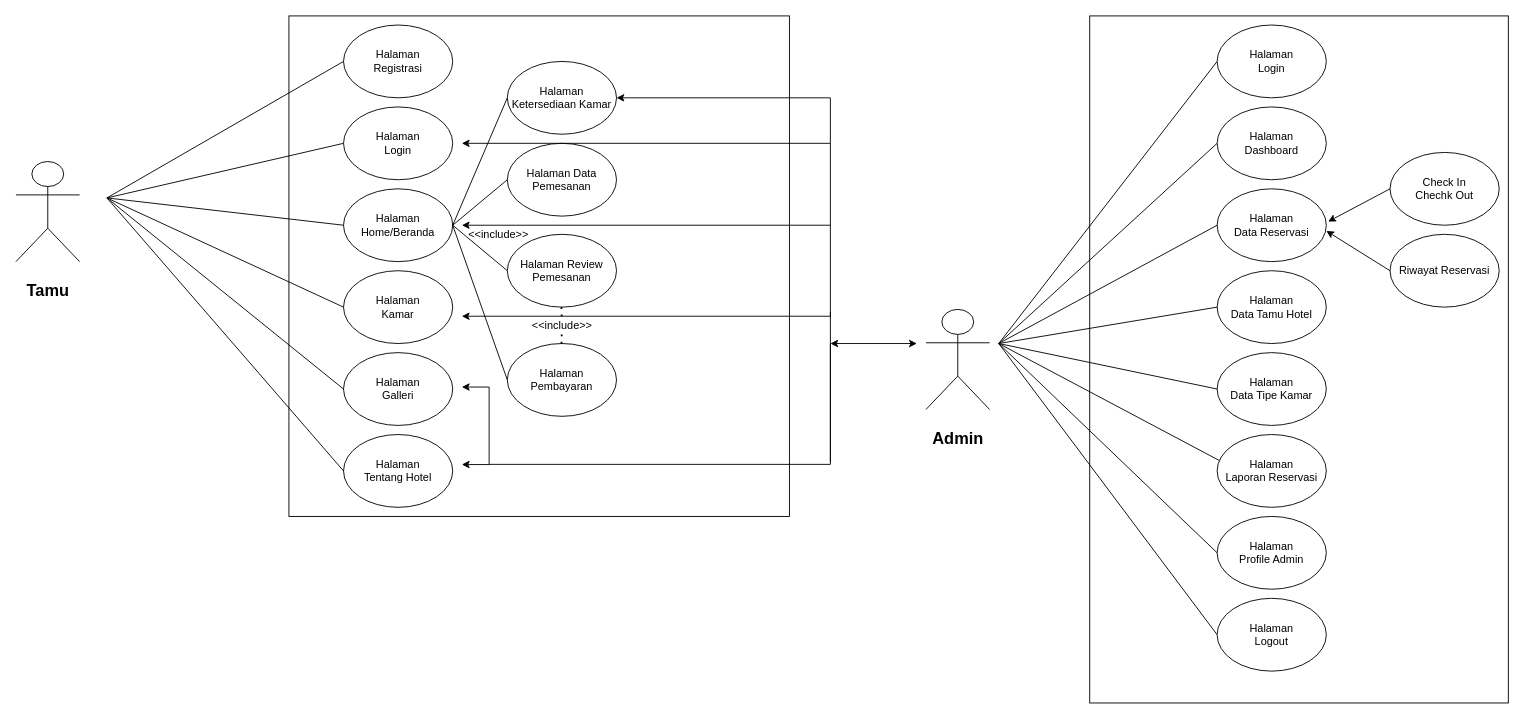
Before: MPA_TGS02_5190411571.drawio in WijayaHendy/http-purwandias.github.io, a draw.io diagram. Source tidied: cells renumbered, new cells numbered last; positions are measured from the earlier drawing's top-left corner, leaving out a move shared by most shapes. Both pictures are drawn from the tidied source at 91%, with x=0, y=0 at pixel (15, 15).
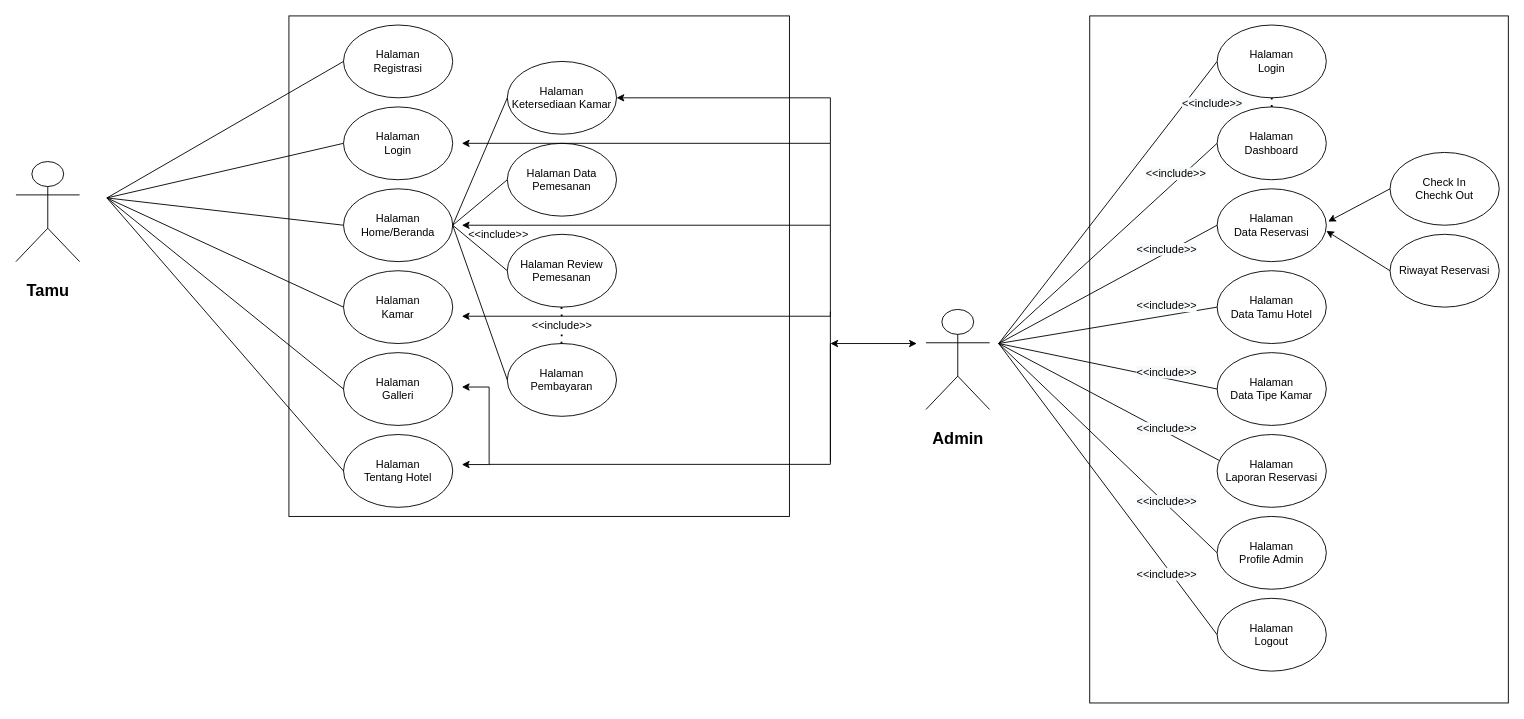
The same diagram, later.

What changed in the source:
```diff
@@
+    <mxCell id="57" style="endArrow=none;dashed=1;html=1;dashPattern=1 3;strokeWidth=2;" parent="1" edge="1">
+      <mxGeometry relative="1" as="geometry">
+        <mxPoint x="1380" y="100" as="sourcePoint" />
+        <mxPoint x="1379.9" y="87" as="targetPoint" />
+        <Array as="points">
+          <mxPoint x="1380" y="90" />
+          <mxPoint x="1380" y="87" />
+        </Array>
+      </mxGeometry>
+    </mxCell>
+    <mxCell id="58" value="&lt;span style=&quot;color: rgb(0, 0, 0); font-family: helvetica; font-size: 12px; font-style: normal; font-weight: 400; letter-spacing: normal; text-align: center; text-indent: 0px; text-transform: none; word-spacing: 0px; background-color: rgb(248, 249, 250); display: inline; float: none;&quot;&gt;&amp;lt;&amp;lt;include&amp;gt;&amp;gt;&lt;/span&gt;" style="text;whiteSpace=wrap;html=1;" parent="1" vertex="1">
+      <mxGeometry x="1280" y="83" width="90" height="30" as="geometry" />
+    </mxCell>
+    <mxCell id="59" value="&lt;span style=&quot;color: rgb(0, 0, 0); font-family: helvetica; font-size: 12px; font-style: normal; font-weight: 400; letter-spacing: normal; text-align: center; text-indent: 0px; text-transform: none; word-spacing: 0px; background-color: rgb(248, 249, 250); display: inline; float: none;&quot;&gt;&amp;lt;&amp;lt;include&amp;gt;&amp;gt;&lt;/span&gt;" style="text;whiteSpace=wrap;html=1;" parent="1" vertex="1">
+      <mxGeometry x="1240" y="160" width="90" height="30" as="geometry" />
+    </mxCell>
+    <mxCell id="60" value="&lt;span style=&quot;color: rgb(0, 0, 0); font-family: helvetica; font-size: 12px; font-style: normal; font-weight: 400; letter-spacing: normal; text-align: center; text-indent: 0px; text-transform: none; word-spacing: 0px; background-color: rgb(248, 249, 250); display: inline; float: none;&quot;&gt;&amp;lt;&amp;lt;include&amp;gt;&amp;gt;&lt;/span&gt;" style="text;whiteSpace=wrap;html=1;" parent="1" vertex="1">
+      <mxGeometry x="1230" y="243" width="90" height="30" as="geometry" />
+    </mxCell>
+    <mxCell id="61" value="&lt;span style=&quot;color: rgb(0, 0, 0); font-family: helvetica; font-size: 12px; font-style: normal; font-weight: 400; letter-spacing: normal; text-align: center; text-indent: 0px; text-transform: none; word-spacing: 0px; background-color: rgb(248, 249, 250); display: inline; float: none;&quot;&gt;&amp;lt;&amp;lt;include&amp;gt;&amp;gt;&lt;/span&gt;" style="text;whiteSpace=wrap;html=1;" parent="1" vertex="1">
+      <mxGeometry x="1230" y="305" width="90" height="30" as="geometry" />
+    </mxCell>
+    <mxCell id="62" value="&lt;span style=&quot;color: rgb(0, 0, 0); font-family: helvetica; font-size: 12px; font-style: normal; font-weight: 400; letter-spacing: normal; text-align: center; text-indent: 0px; text-transform: none; word-spacing: 0px; background-color: rgb(248, 249, 250); display: inline; float: none;&quot;&gt;&amp;lt;&amp;lt;include&amp;gt;&amp;gt;&lt;/span&gt;" style="text;whiteSpace=wrap;html=1;" parent="1" vertex="1">
+      <mxGeometry x="1230" y="378" width="90" height="30" as="geometry" />
+    </mxCell>
+    <mxCell id="63" value="&lt;span style=&quot;color: rgb(0, 0, 0); font-family: helvetica; font-size: 12px; font-style: normal; font-weight: 400; letter-spacing: normal; text-align: center; text-indent: 0px; text-transform: none; word-spacing: 0px; background-color: rgb(248, 249, 250); display: inline; float: none;&quot;&gt;&amp;lt;&amp;lt;include&amp;gt;&amp;gt;&lt;/span&gt;" style="text;whiteSpace=wrap;html=1;" parent="1" vertex="1">
+      <mxGeometry x="1230" y="440" width="90" height="30" as="geometry" />
+    </mxCell>
+    <mxCell id="64" value="&lt;span style=&quot;color: rgb(0, 0, 0); font-family: helvetica; font-size: 12px; font-style: normal; font-weight: 400; letter-spacing: normal; text-align: center; text-indent: 0px; text-transform: none; word-spacing: 0px; background-color: rgb(248, 249, 250); display: inline; float: none;&quot;&gt;&amp;lt;&amp;lt;include&amp;gt;&amp;gt;&lt;/span&gt;" style="text;whiteSpace=wrap;html=1;" parent="1" vertex="1">
+      <mxGeometry x="1230" y="520" width="90" height="30" as="geometry" />
+    </mxCell>
+    <mxCell id="65" value="&lt;span style=&quot;color: rgb(0, 0, 0); font-family: helvetica; font-size: 12px; font-style: normal; font-weight: 400; letter-spacing: normal; text-align: center; text-indent: 0px; text-transform: none; word-spacing: 0px; background-color: rgb(248, 249, 250); display: inline; float: none;&quot;&gt;&amp;lt;&amp;lt;include&amp;gt;&amp;gt;&lt;/span&gt;" style="text;whiteSpace=wrap;html=1;" parent="1" vertex="1">
+      <mxGeometry x="1230" y="600" width="90" height="30" as="geometry" />
+    </mxCell>
```
